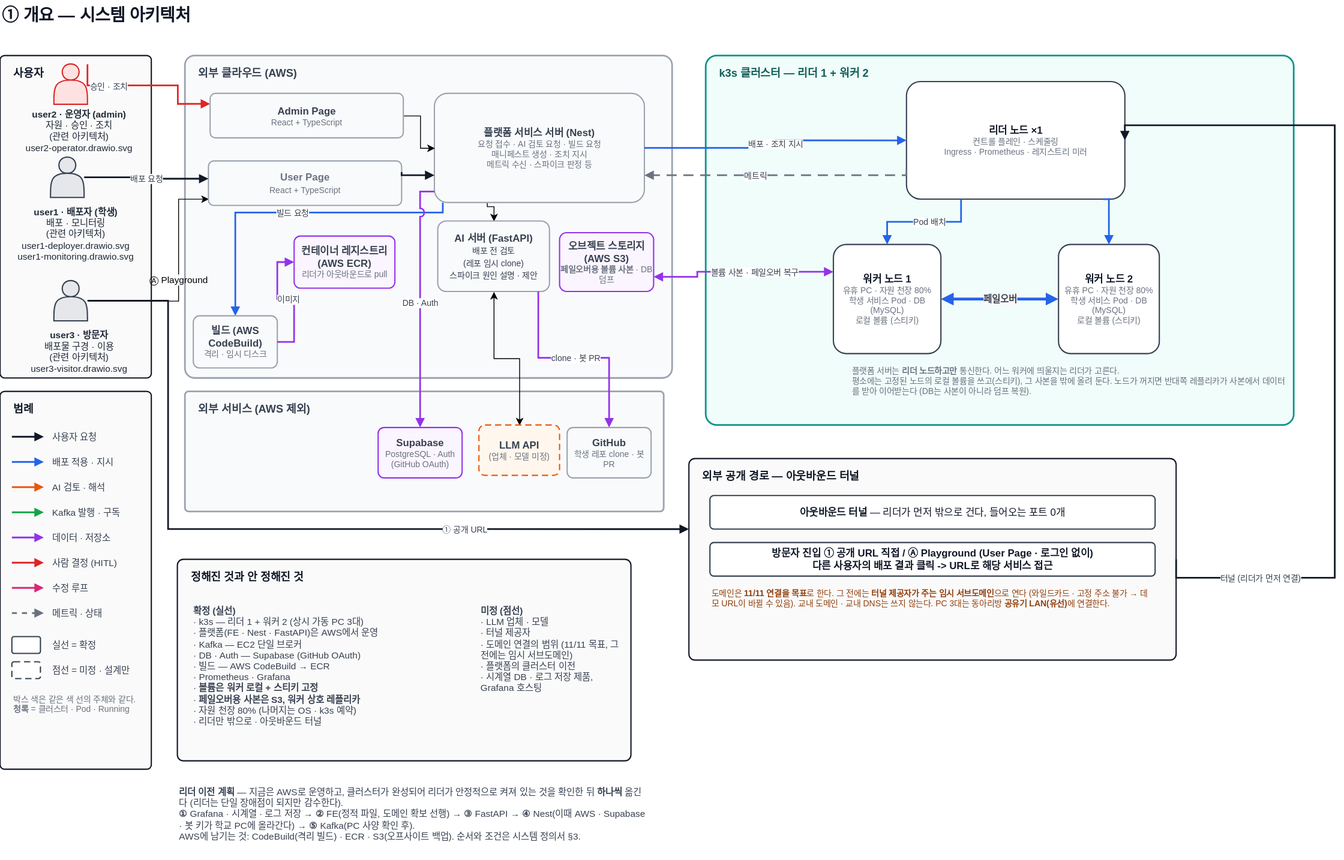
Earlier version of the draw.io export docs/architecture/overview.drawio.svg (woowangthon/WOOWANGTHON_TEAM_18). Source tidied: cells renumbered, new cells last; positions are measured from the earlier drawing's top-left corner, leaving out a move shared by most shapes.
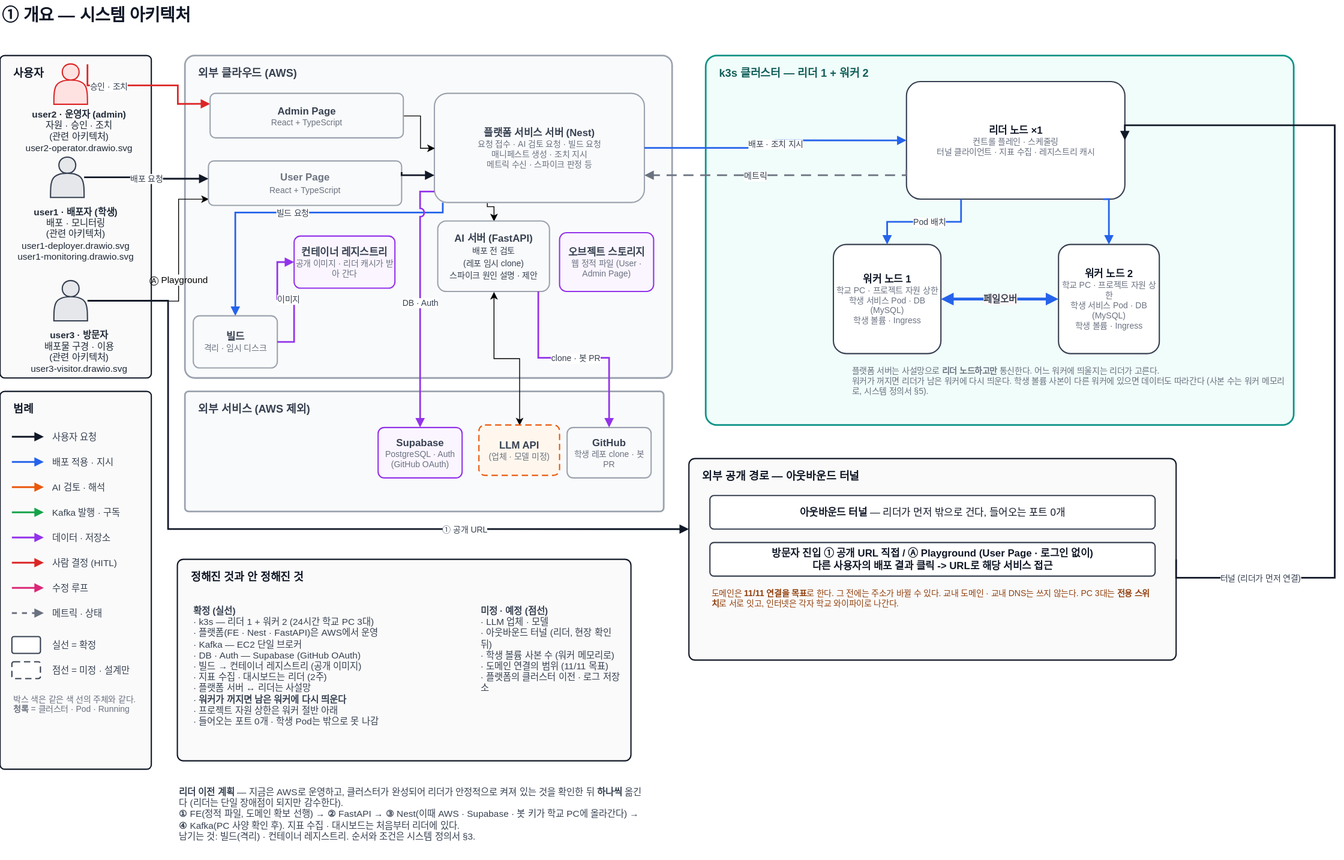
Above is the later version.

The edit, as a diff of the source:
```diff
@@ -49,10 +49,10 @@
     <mxCell id="15" value="&lt;b&gt;LLM API&lt;/b&gt;&lt;div style=&quot;font-size: 10px; color: rgb(107, 114, 128);&quot;&gt;(업체 · 모델 미정)&lt;/div&gt;" style="rounded=1;arcSize=12;whiteSpace=wrap;html=1;dashed=1;dashPattern=5 3;fillColor=#FFF7ED;strokeColor=#EA580C;strokeWidth=1.5;fontSize=12;fontColor=#374151;fontFamily=Pretendard,Malgun Gothic,Apple SD Gothic Neo,sans-serif;" parent="1" vertex="1">
       <mxGeometry x="570.1" y="507" width="96" height="60" as="geometry" />
     </mxCell>
-    <mxCell id="16" value="&lt;b&gt;컨테이너 레지스트리 (AWS ECR)&lt;/b&gt;&lt;div style=&quot;font-size: 10px; color: rgb(107, 114, 128);&quot;&gt;리더가 아웃바운드로 pull&lt;/div&gt;" style="rounded=1;arcSize=12;whiteSpace=wrap;html=1;fillColor=#FAF5FF;strokeColor=#9333EA;strokeWidth=1.5;fontSize=12;fontColor=#374151;fontFamily=Pretendard,Malgun Gothic,Apple SD Gothic Neo,sans-serif;" parent="1" vertex="1">
+    <mxCell id="16" value="&lt;b&gt;컨테이너 레지스트리&lt;/b&gt;&lt;div style=&quot;font-size: 10px; color: rgb(107, 114, 128);&quot;&gt;공개 이미지 · 리더 캐시가 받아 간다&lt;/div&gt;" style="rounded=1;arcSize=12;whiteSpace=wrap;html=1;fillColor=#FAF5FF;strokeColor=#9333EA;strokeWidth=1.5;fontSize=12;fontColor=#374151;fontFamily=Pretendard,Malgun Gothic,Apple SD Gothic Neo,sans-serif;" parent="1" vertex="1">
       <mxGeometry x="350.1" y="282" width="120" height="62" as="geometry" />
     </mxCell>
-    <mxCell id="17" value="&lt;b&gt;오브젝트 스토리지 (AWS S3)&lt;/b&gt;&lt;div style=&quot;font-size: 10px; color: rgb(107, 114, 128);&quot;&gt;&lt;b&gt;페일오버용 볼륨 사본&lt;/b&gt; · DB 덤프&lt;/div&gt;" style="rounded=1;arcSize=12;whiteSpace=wrap;html=1;fillColor=#FAF5FF;strokeColor=#9333EA;strokeWidth=1.5;fontSize=12;fontColor=#374151;fontFamily=Pretendard,Malgun Gothic,Apple SD Gothic Neo,sans-serif;" parent="1" vertex="1">
+    <mxCell id="17" value="&lt;b&gt;오브젝트 스토리지&lt;/b&gt;&lt;div style=&quot;font-size: 10px; color: rgb(107, 114, 128);&quot;&gt;웹 정적 파일 (User · Admin Page)&lt;/div&gt;" style="rounded=1;arcSize=12;whiteSpace=wrap;html=1;fillColor=#FAF5FF;strokeColor=#9333EA;strokeWidth=1.5;fontSize=12;fontColor=#374151;fontFamily=Pretendard,Malgun Gothic,Apple SD Gothic Neo,sans-serif;" parent="1" vertex="1">
       <mxGeometry x="666.1" y="278" width="112" height="70" as="geometry" />
     </mxCell>
     <mxCell id="18" style="edgeStyle=orthogonalEdgeStyle;rounded=0;jettySize=auto;html=1;defaultLabelBackgroundColor=page;exitX=0.25;exitY=1;exitDx=0;exitDy=0;entryX=0.5;entryY=0;entryDx=0;entryDy=0;" parent="1" edge="1" source="19" target="46">
@@ -69,16 +69,16 @@
     <mxCell id="20" value="k3s 클러스터 — 리더 1 + 워커 2" style="rounded=1;arcSize=3;html=1;fillColor=#F0FDFA;strokeColor=#0D9488;strokeWidth=2;verticalAlign=top;align=left;spacingLeft=14;spacingTop=6;fontSize=13;fontStyle=1;fontColor=#115E59;fontFamily=Pretendard,Malgun Gothic,Apple SD Gothic Neo,sans-serif;" parent="1" vertex="1">
       <mxGeometry x="840.1" y="67" width="700" height="440" as="geometry" />
     </mxCell>
-    <mxCell id="21" value="&lt;b&gt;리더 노드 ×1&lt;/b&gt;&lt;div style=&quot;font-size:10px;color:#6B7280&quot;&gt;컨트롤 플레인 · 스케줄링&lt;br&gt;Ingress · Prometheus · 레지스트리 미러&lt;/div&gt;" style="rounded=1;arcSize=12;whiteSpace=wrap;html=1;fillColor=#FFFFFF;strokeColor=#374151;strokeWidth=1.5;fontSize=12;fontColor=#111827;fontFamily=Pretendard,Malgun Gothic,Apple SD Gothic Neo,sans-serif;" parent="1" vertex="1">
+    <mxCell id="21" value="&lt;b&gt;리더 노드 ×1&lt;/b&gt;&lt;div style=&quot;font-size:10px;color:#6B7280&quot;&gt;컨트롤 플레인 · 스케줄링&lt;br&gt;터널 클라이언트 · 지표 수집 · 레지스트리 캐시&lt;/div&gt;" style="rounded=1;arcSize=12;whiteSpace=wrap;html=1;fillColor=#FFFFFF;strokeColor=#374151;strokeWidth=1.5;fontSize=12;fontColor=#111827;fontFamily=Pretendard,Malgun Gothic,Apple SD Gothic Neo,sans-serif;" parent="1" vertex="1">
       <mxGeometry x="1079.1" y="98" width="260" height="140" as="geometry" />
     </mxCell>
-    <mxCell id="22" value="&lt;b&gt;워커 노드 1&lt;/b&gt;&lt;div style=&quot;font-size: 10px; color: rgb(107, 114, 128);&quot;&gt;유휴 PC · 자원 천장 80%&lt;br&gt;학생 서비스 Pod · DB (MySQL)&lt;br&gt;로컬 볼륨 (스티키)&lt;/div&gt;" style="rounded=1;arcSize=12;whiteSpace=wrap;html=1;fillColor=#FFFFFF;strokeColor=#374151;strokeWidth=1.5;fontSize=12;fontColor=#111827;fontFamily=Pretendard,Malgun Gothic,Apple SD Gothic Neo,sans-serif;" parent="1" vertex="1">
+    <mxCell id="22" value="&lt;b&gt;워커 노드 1&lt;/b&gt;&lt;div style=&quot;font-size: 10px; color: rgb(107, 114, 128);&quot;&gt;학교 PC · 프로젝트 자원 상한&lt;br&gt;학생 서비스 Pod · DB (MySQL)&lt;br&gt;학생 볼륨 · Ingress&lt;/div&gt;" style="rounded=1;arcSize=12;whiteSpace=wrap;html=1;fillColor=#FFFFFF;strokeColor=#374151;strokeWidth=1.5;fontSize=12;fontColor=#111827;fontFamily=Pretendard,Malgun Gothic,Apple SD Gothic Neo,sans-serif;" parent="1" vertex="1">
       <mxGeometry x="992.1" y="292" width="128" height="130" as="geometry" />
     </mxCell>
-    <mxCell id="23" value="&lt;b&gt;워커 노드 2&lt;/b&gt;&lt;div style=&quot;font-size: 10px; color: rgb(107, 114, 128);&quot;&gt;유휴 PC · 자원 천장 80%&lt;br&gt;학생 서비스 Pod · DB (MySQL)&lt;br&gt;로컬 볼륨 (스티키)&lt;/div&gt;" style="rounded=1;arcSize=12;whiteSpace=wrap;html=1;fillColor=#FFFFFF;strokeColor=#374151;strokeWidth=1.5;fontSize=12;fontColor=#111827;fontFamily=Pretendard,Malgun Gothic,Apple SD Gothic Neo,sans-serif;" parent="1" vertex="1">
+    <mxCell id="23" value="&lt;b&gt;워커 노드 2&lt;/b&gt;&lt;div style=&quot;font-size: 10px; color: rgb(107, 114, 128);&quot;&gt;학교 PC · 프로젝트 자원 상한&lt;br&gt;학생 서비스 Pod · DB (MySQL)&lt;br&gt;학생 볼륨 · Ingress&lt;/div&gt;" style="rounded=1;arcSize=12;whiteSpace=wrap;html=1;fillColor=#FFFFFF;strokeColor=#374151;strokeWidth=1.5;fontSize=12;fontColor=#111827;fontFamily=Pretendard,Malgun Gothic,Apple SD Gothic Neo,sans-serif;" parent="1" vertex="1">
       <mxGeometry x="1260.1" y="292" width="120" height="130" as="geometry" />
     </mxCell>
-    <mxCell id="24" value="플랫폼 서버는 &lt;b&gt;리더 노드하고만&lt;/b&gt; 통신한다. 어느 워커에 띄울지는 리더가 고른다.&lt;br&gt;평소에는 고정된 노드의 로컬 볼륨을 쓰고(스티키), 그 사본을 밖에 올려 둔다. 노드가 꺼지면 반대쪽 레플리카가 사본에서 데이터를 받아 이어받는다 (DB는 사본이 아니라 덤프 복원)." style="text;html=1;align=left;verticalAlign=top;whiteSpace=wrap;fontSize=10;fontColor=#6B7280;fontFamily=Pretendard,Malgun Gothic,Apple SD Gothic Neo,sans-serif;" parent="1" vertex="1">
+    <mxCell id="24" value="플랫폼 서버는 사설망으로 &lt;b&gt;리더 노드하고만&lt;/b&gt; 통신한다. 어느 워커에 띄울지는 리더가 고른다.&lt;br&gt;워커가 꺼지면 리더가 남은 워커에 다시 띄운다. 학생 볼륨 사본이 다른 워커에 있으면 데이터도 따라간다 (사본 수는 워커 메모리로, 시스템 정의서 §5)." style="text;html=1;align=left;verticalAlign=top;whiteSpace=wrap;fontSize=10;fontColor=#6B7280;fontFamily=Pretendard,Malgun Gothic,Apple SD Gothic Neo,sans-serif;" parent="1" vertex="1">
       <mxGeometry x="1012.1" y="430" width="520" height="72" as="geometry" />
     </mxCell>
     <mxCell id="25" value="외부 공개 경로 — 아웃바운드 터널" style="rounded=1;arcSize=3;html=1;fillColor=#FAFAFA;strokeColor=#111827;strokeWidth=1.5;verticalAlign=top;align=left;spacingLeft=14;spacingTop=6;fontSize=13;fontStyle=1;fontColor=#111827;fontFamily=Pretendard,Malgun Gothic,Apple SD Gothic Neo,sans-serif;" parent="1" vertex="1">
@@ -87,16 +87,16 @@
     <mxCell id="26" value="&lt;b&gt;아웃바운드 터널&lt;/b&gt; — 리더가 먼저 밖으로 건다, 들어오는 포트 0개" style="rounded=1;arcSize=12;whiteSpace=wrap;html=1;fillColor=#FFFFFF;strokeColor=#374151;strokeWidth=1.5;fontSize=12;fontColor=#111827;fontFamily=Pretendard,Malgun Gothic,Apple SD Gothic Neo,sans-serif;" parent="1" vertex="1">
       <mxGeometry x="845.1" y="591" width="530" height="40" as="geometry" />
     </mxCell>
-    <mxCell id="27" value="도메인은 &lt;b&gt;11/11 연결을 목표&lt;/b&gt;로 한다. 그 전에는 &lt;b&gt;터널 제공자가 주는 임시 서브도메인&lt;/b&gt;으로 연다 (와일드카드 · 고정 주소 불가 → 데모 URL이 바뀔 수 있음). 교내 도메인 · 교내 DNS는 쓰지 않는다. PC 3대는 동아리방 &lt;b&gt;공유기 LAN(유선)&lt;/b&gt;에 연결한다." style="text;html=1;align=left;verticalAlign=top;whiteSpace=wrap;fontSize=10;fontColor=#92400E;fontFamily=Pretendard,Malgun Gothic,Apple SD Gothic Neo,sans-serif;" parent="1" vertex="1">
+    <mxCell id="27" value="도메인은 &lt;b&gt;11/11 연결을 목표&lt;/b&gt;로 한다. 그 전에는 주소가 바뀔 수 있다. 교내 도메인 · 교내 DNS는 쓰지 않는다. PC 3대는 &lt;b&gt;전용 스위치&lt;/b&gt;로 서로 잇고, 인터넷은 각자 학교 와이파이로 나간다." style="text;html=1;align=left;verticalAlign=top;whiteSpace=wrap;fontSize=10;fontColor=#92400E;fontFamily=Pretendard,Malgun Gothic,Apple SD Gothic Neo,sans-serif;" parent="1" vertex="1">
       <mxGeometry x="845.1" y="695" width="530" height="84" as="geometry" />
     </mxCell>
     <mxCell id="28" value="정해진 것과 안 정해진 것" style="rounded=1;arcSize=3;html=1;fillColor=#FAFAFA;strokeColor=#111827;strokeWidth=1.5;verticalAlign=top;align=left;spacingLeft=14;spacingTop=6;fontSize=13;fontStyle=1;fontColor=#111827;fontFamily=Pretendard,Malgun Gothic,Apple SD Gothic Neo,sans-serif;" parent="1" vertex="1">
       <mxGeometry x="211.1" y="667" width="540" height="240" as="geometry" />
     </mxCell>
-    <mxCell id="29" value="&lt;b&gt;확정 (실선)&lt;/b&gt;&lt;br&gt;· k3s — 리더 1 + 워커 2 (상시 가동 PC 3대)&lt;br&gt;· 플랫폼(FE · Nest · FastAPI)은 AWS에서 운영&lt;br&gt;· Kafka — EC2 단일 브로커&lt;br&gt;· DB · Auth — Supabase (GitHub OAuth)&lt;br&gt;· 빌드 — AWS CodeBuild → ECR&lt;br&gt;· Prometheus · Grafana&lt;br&gt;· &lt;b&gt;볼륨은 워커 로컬 + 스티키 고정&lt;/b&gt;&lt;br&gt;· &lt;b&gt;페일오버용 사본은 S3, 워커 상호 레플리카&lt;/b&gt;&lt;br&gt;· 자원 천장 80% (나머지는 OS · k3s 예약)&lt;br&gt;· 리더만 밖으로 · 아웃바운드 터널" style="text;html=1;align=left;verticalAlign=top;whiteSpace=wrap;fontSize=11;fontColor=#374151;fontFamily=Pretendard,Malgun Gothic,Apple SD Gothic Neo,sans-serif;" parent="1" vertex="1">
+    <mxCell id="29" value="&lt;b&gt;확정 (실선)&lt;/b&gt;&lt;br&gt;· k3s — 리더 1 + 워커 2 (24시간 학교 PC 3대)&lt;br&gt;· 플랫폼(FE · Nest · FastAPI)은 AWS에서 운영&lt;br&gt;· Kafka — EC2 단일 브로커&lt;br&gt;· DB · Auth — Supabase (GitHub OAuth)&lt;br&gt;· 빌드 → 컨테이너 레지스트리 (공개 이미지)&lt;br&gt;· 지표 수집 · 대시보드는 리더 (2주)&lt;br&gt;· 플랫폼 서버 ↔ 리더는 사설망&lt;br&gt;· &lt;b&gt;워커가 꺼지면 남은 워커에 다시 띄운다&lt;/b&gt;&lt;br&gt;· 프로젝트 자원 상한은 워커 절반 아래&lt;br&gt;· 들어오는 포트 0개 · 학생 Pod는 밖으로 못 나감" style="text;html=1;align=left;verticalAlign=top;whiteSpace=wrap;fontSize=11;fontColor=#374151;fontFamily=Pretendard,Malgun Gothic,Apple SD Gothic Neo,sans-serif;" parent="1" vertex="1">
       <mxGeometry x="228.1" y="715" width="330" height="190" as="geometry" />
     </mxCell>
-    <mxCell id="30" value="&lt;b&gt;미정 (점선)&lt;/b&gt;&lt;br&gt;· LLM 업체 · 모델&lt;br&gt;· 터널 제공자&lt;br&gt;· 도메인 연결의 범위 (11/11 목표, 그 전에는 임시 서브도메인)&lt;br&gt;· 플랫폼의 클러스터 이전&lt;br&gt;· 시계열 DB · 로그 저장 제품, Grafana 호스팅" style="text;html=1;align=left;verticalAlign=top;whiteSpace=wrap;fontSize=11;fontColor=#374151;fontFamily=Pretendard,Malgun Gothic,Apple SD Gothic Neo,sans-serif;" parent="1" vertex="1">
+    <mxCell id="30" value="&lt;b&gt;미정 · 예정 (점선)&lt;/b&gt;&lt;br&gt;· LLM 업체 · 모델&lt;br&gt;· 아웃바운드 터널 (리더, 현장 확인 뒤)&lt;br&gt;· 학생 볼륨 사본 수 (워커 메모리로)&lt;br&gt;· 도메인 연결의 범위 (11/11 목표)&lt;br&gt;· 플랫폼의 클러스터 이전 · 로그 저장소" style="text;html=1;align=left;verticalAlign=top;whiteSpace=wrap;fontSize=11;fontColor=#374151;fontFamily=Pretendard,Malgun Gothic,Apple SD Gothic Neo,sans-serif;" parent="1" vertex="1">
       <mxGeometry x="570.1" y="715" width="170" height="94" as="geometry" />
     </mxCell>
     <mxCell id="31" value="배포 요청" style="edgeStyle=orthogonalEdgeStyle;rounded=0;jettySize=auto;html=1;jumpStyle=arc;jumpSize=8;endArrow=block;endFill=1;strokeWidth=2;fontSize=10;labelBackgroundColor=#FFFFFF;fontFamily=Pretendard,Malgun Gothic,Apple SD Gothic Neo,sans-serif;fontColor=#374151;strokeColor=#111827;exitX=1;exitY=0.5;exitDx=0;exitDy=0;entryX=0;entryY=0.4;entryDx=0;entryDy=0;" parent="1" edge="1" source="6" target="13">
@@ -157,14 +157,6 @@
         </Array>
       </mxGeometry>
     </mxCell>
-    <mxCell id="41" value="볼륨 사본 · 페일오버 복구" style="edgeStyle=orthogonalEdgeStyle;rounded=0;jettySize=auto;html=1;jumpStyle=arc;jumpSize=8;endArrow=block;endFill=1;strokeWidth=2;fontSize=10;labelBackgroundColor=#FFFFFF;fontFamily=Pretendard,Malgun Gothic,Apple SD Gothic Neo,sans-serif;fontColor=#374151;strokeColor=#9333EA;startArrow=block;startFill=1;exitX=0;exitY=0.25;exitDx=0;exitDy=0;entryX=1;entryY=0.75;entryDx=0;entryDy=0;" parent="1" edge="1" source="22" target="17">
-      <mxGeometry x="-0.15" relative="1" as="geometry">
-        <Array as="points">
-          <mxPoint x="830.1" y="324.5" />
-          <mxPoint x="830.1" y="330.5" />
-        </Array>
-      </mxGeometry>
-    </mxCell>
     <mxCell id="42" value="승인 · 조치" style="edgeStyle=orthogonalEdgeStyle;rounded=0;orthogonalLoop=1;jettySize=auto;html=1;jumpStyle=arc;jumpSize=8;endArrow=block;endFill=1;strokeWidth=2;fontSize=10;labelBackgroundColor=#FFFFFF;fontFamily=Pretendard,Malgun Gothic,Apple SD Gothic Neo,sans-serif;fontColor=#374151;strokeColor=#DC2626;exitX=1;exitY=0.3;exitDx=0;exitDy=0;entryX=0;entryY=0.5;entryDx=0;entryDy=0;" parent="1" edge="1">
       <mxGeometry x="-0.48" relative="1" as="geometry">
         <mxPoint x="104.1" y="77.5" as="sourcePoint" />
@@ -187,7 +179,7 @@
     <mxCell id="46" value="&lt;b&gt;AI 서버 (FastAPI)&lt;/b&gt;&lt;br&gt;&lt;font style=&quot;font-size: 10px;&quot;&gt;배포 전 검토&lt;br&gt;(레포 임시 clone)&lt;br&gt;스파이크 원인 설명 · 제안&lt;br&gt;&lt;/font&gt;" style="rounded=1;arcSize=12;whiteSpace=wrap;html=1;fillColor=#F9FAFB;strokeColor=#9CA3AF;strokeWidth=1.5;fontSize=12;fontColor=#374151;fontFamily=Pretendard,Malgun Gothic,Apple SD Gothic Neo,sans-serif;" parent="1" vertex="1">
       <mxGeometry x="521.1" y="264" width="133" height="84" as="geometry" />
     </mxCell>
-    <mxCell id="47" value="&lt;b&gt;빌드 (AWS CodeBuild)&lt;/b&gt;&lt;div style=&quot;font-size: 10px; color: rgb(107, 114, 128);&quot;&gt;격리 · 임시 디스크&lt;/div&gt;" style="rounded=1;arcSize=12;whiteSpace=wrap;html=1;fillColor=#F9FAFB;strokeColor=#9CA3AF;strokeWidth=1.5;fontSize=12;fontColor=#374151;fontFamily=Pretendard,Malgun Gothic,Apple SD Gothic Neo,sans-serif;" parent="1" vertex="1">
+    <mxCell id="47" value="&lt;b&gt;빌드&lt;/b&gt;&lt;div style=&quot;font-size: 10px; color: rgb(107, 114, 128);&quot;&gt;격리 · 임시 디스크&lt;/div&gt;" style="rounded=1;arcSize=12;whiteSpace=wrap;html=1;fillColor=#F9FAFB;strokeColor=#9CA3AF;strokeWidth=1.5;fontSize=12;fontColor=#374151;fontFamily=Pretendard,Malgun Gothic,Apple SD Gothic Neo,sans-serif;" parent="1" vertex="1">
       <mxGeometry x="230.1" y="377" width="100" height="62" as="geometry" />
     </mxCell>
     <mxCell id="48" value="&lt;b&gt;Supabase&lt;/b&gt;&lt;div style=&quot;font-size: 10px; color: rgb(107, 114, 128);&quot;&gt;PostgreSQL · Auth&lt;br&gt;(GitHub OAuth)&lt;/div&gt;" style="rounded=1;arcSize=12;whiteSpace=wrap;html=1;fillColor=#FAF5FF;strokeColor=#9333EA;strokeWidth=1.5;fontSize=12;fontColor=#374151;fontFamily=Pretendard,Malgun Gothic,Apple SD Gothic Neo,sans-serif;" parent="1" vertex="1">
@@ -304,7 +296,7 @@
     <mxCell id="74" value="박스 색은 같은 색 선의 주체와 같다.&lt;br&gt;&lt;b&gt;청록&lt;/b&gt; = 클러스터 · Pod · Running" style="text;html=1;align=left;verticalAlign=top;whiteSpace=wrap;fontSize=10;fontColor=#6B7280;fontFamily=Pretendard,Malgun Gothic,Apple SD Gothic Neo,sans-serif;" parent="1" vertex="1">
       <mxGeometry x="14.1" y="821" width="156" height="44" as="geometry" />
     </mxCell>
-    <mxCell id="75" value="&lt;b&gt;리더 이전 계획&lt;/b&gt; — 지금은 AWS로 운영하고, 클러스터가 완성되어 리더가 안정적으로 켜져 있는 것을 확인한 뒤 &lt;b&gt;하나씩&lt;/b&gt; 옮긴다 (리더는 단일 장애점이 되지만 감수한다).&lt;br&gt;&lt;b&gt;①&lt;/b&gt; Grafana · 시계열 · 로그 저장 → &lt;b&gt;②&lt;/b&gt; FE(정적 파일, 도메인 확보 선행) → &lt;b&gt;③&lt;/b&gt; FastAPI → &lt;b&gt;④&lt;/b&gt; Nest(이때 AWS · Supabase · 봇 키가 학교 PC에 올라간다) → &lt;b&gt;⑤&lt;/b&gt; Kafka(PC 사양 확인 후).&lt;br&gt;AWS에 남기는 것: CodeBuild(격리 빌드) · ECR · S3(오프사이트 백업). 순서와 조건은 시스템 정의서 §3." style="text;html=1;align=left;verticalAlign=top;whiteSpace=wrap;fontSize=11;fontColor=#374151;fontFamily=Pretendard,Malgun Gothic,Apple SD Gothic Neo,sans-serif;" parent="1" vertex="1">
+    <mxCell id="75" value="&lt;b&gt;리더 이전 계획&lt;/b&gt; — 지금은 AWS로 운영하고, 클러스터가 완성되어 리더가 안정적으로 켜져 있는 것을 확인한 뒤 &lt;b&gt;하나씩&lt;/b&gt; 옮긴다 (리더는 단일 장애점이 되지만 감수한다).&lt;br&gt;&lt;b&gt;①&lt;/b&gt; FE(정적 파일, 도메인 확보 선행) → &lt;b&gt;②&lt;/b&gt; FastAPI → &lt;b&gt;③&lt;/b&gt; Nest(이때 AWS · Supabase · 봇 키가 학교 PC에 올라간다) → &lt;b&gt;④&lt;/b&gt; Kafka(PC 사양 확인 후). 지표 수집 · 대시보드는 처음부터 리더에 있다.&lt;br&gt;남기는 것: 빌드(격리) · 컨테이너 레지스트리. 순서와 조건은 시스템 정의서 §3." style="text;html=1;align=left;verticalAlign=top;whiteSpace=wrap;fontSize=11;fontColor=#374151;fontFamily=Pretendard,Malgun Gothic,Apple SD Gothic Neo,sans-serif;" parent="1" vertex="1">
       <mxGeometry x="211.1" y="931" width="560" height="92" as="geometry" />
     </mxCell>
   </root>
```
